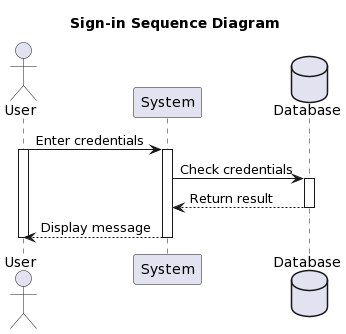
Above: Lab 1.2/Sequence Diagram/Sign-in/Sign-in.png in VietQuoc29/SE357-Pratice-class (PlantUML), before the change.
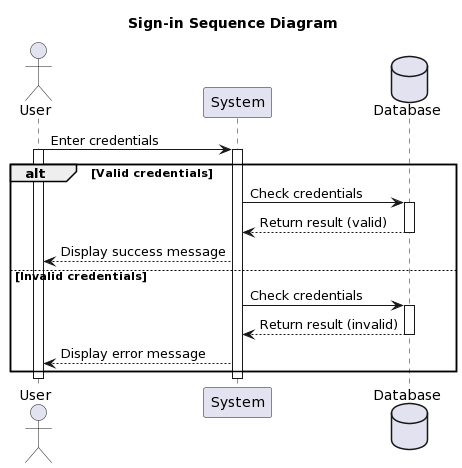
After the change.

What changed in the source:
```diff
@@ -9,11 +9,19 @@
 activate User
 activate System
 
-System -> Database : Check credentials
-activate Database
-Database --> System : Return result
-deactivate
-System --> User : Display message
+alt Valid credentials
+    System -> Database : Check credentials
+    activate Database
+    Database --> System : Return result (valid)
+    deactivate Database
+    System --> User : Display success message
+else Invalid credentials
+    System -> Database : Check credentials
+    activate Database
+    Database --> System : Return result (invalid)
+    deactivate Database
+    System --> User : Display error message
+end
 
 deactivate System
 deactivate User
```
